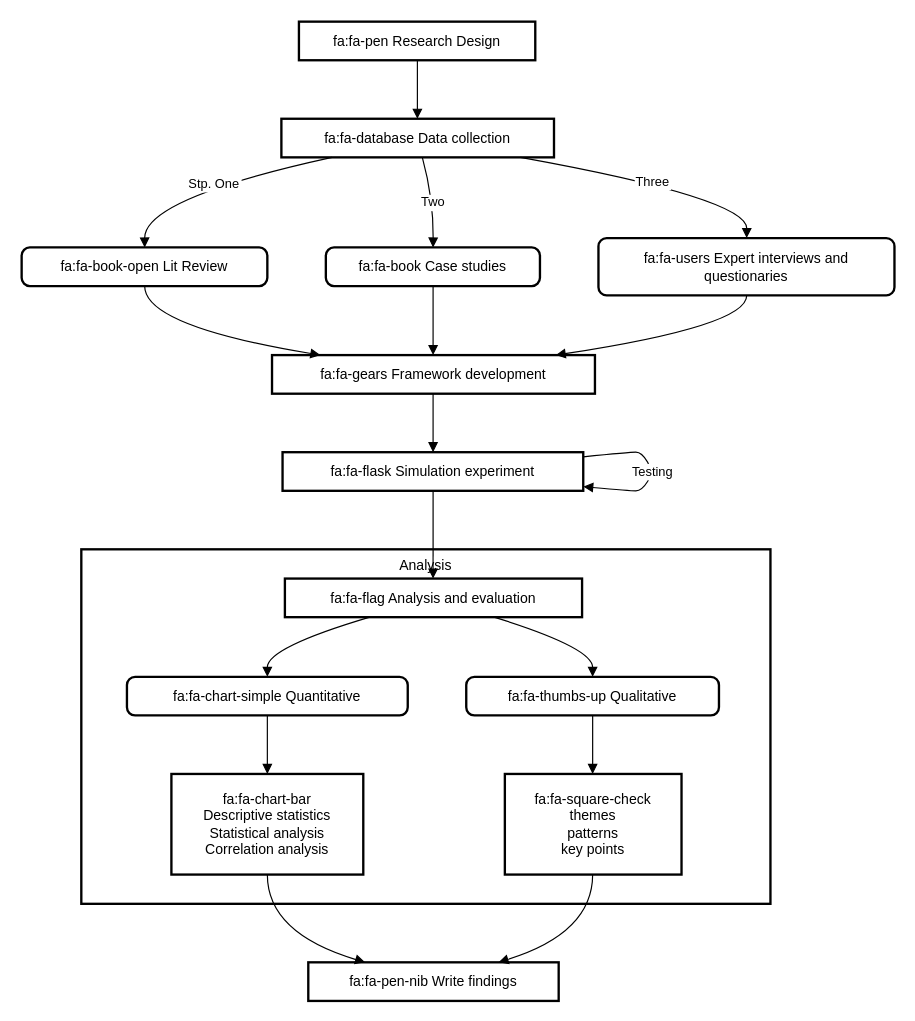
Before: drawio/mams/dd-twins/Methodology.drawio in scrodrig/Diagrams, a draw.io diagram. Source tidied: cells renumbered, new cells numbered last; positions are measured from the earlier drawing's top-left corner, leaving out a move shared by most shapes. Both pictures are drawn from the tidied source at 117%, with x=0, y=0 at pixel (21, 21).
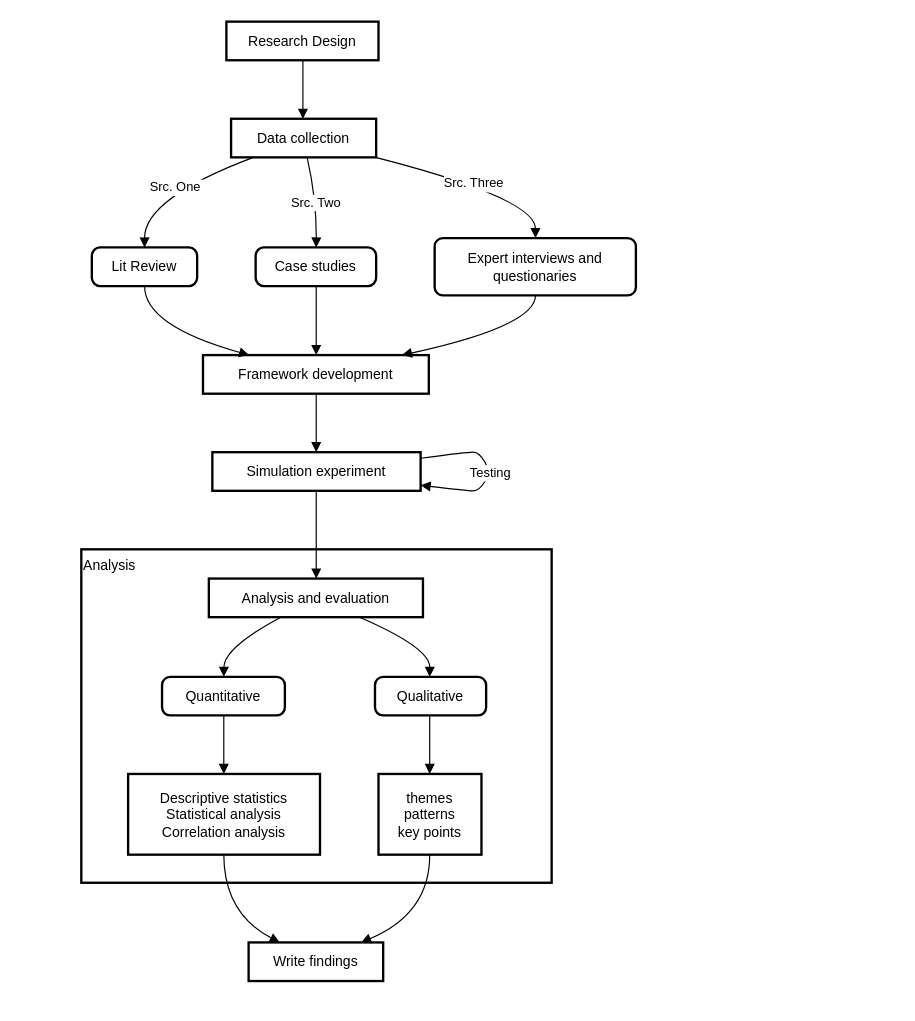
After the change.

Change to the diagram source:
```diff
@@
-    <mxCell id="2" value="Analysis" style="whiteSpace=wrap;strokeWidth=2;verticalAlign=top;" parent="1" vertex="1">
-      <mxGeometry x="51" y="451" width="589" height="303" as="geometry" />
+    <mxCell id="2" value="Analysis" style="whiteSpace=wrap;strokeWidth=2;verticalAlign=top;align=left;" parent="1" vertex="1">
+      <mxGeometry x="51" y="451" width="402" height="285" as="geometry" />
     </mxCell>
-    <mxCell id="3" value="fa:fa-thumbs-up Qualitative" style="rounded=1;absoluteArcSize=1;arcSize=14;whiteSpace=wrap;strokeWidth=2;" parent="1" vertex="1">
-      <mxGeometry x="380" y="560" width="216" height="33" as="geometry" />
-    </mxCell>
-    <mxCell id="4" value="fa:fa-flag Analysis and evaluation" style="whiteSpace=wrap;strokeWidth=2;" parent="1" vertex="1">
-      <mxGeometry x="225" y="476" width="254" height="33" as="geometry" />
-    </mxCell>
-    <mxCell id="5" value="fa:fa-chart-simple Quantitative" style="rounded=1;absoluteArcSize=1;arcSize=14;whiteSpace=wrap;strokeWidth=2;" parent="1" vertex="1">
-      <mxGeometry x="90" y="560" width="240" height="33" as="geometry" />
-    </mxCell>
-    <mxCell id="6" value="fa:fa-chart-bar &#10;            Descriptive statistics&#10;            Statistical analysis&#10;            Correlation analysis" style="whiteSpace=wrap;strokeWidth=2;" parent="1" vertex="1">
-      <mxGeometry x="128" y="643" width="164" height="86" as="geometry" />
-    </mxCell>
-    <mxCell id="7" value="fa:fa-square-check&#10;            themes&#10;            patterns&#10;            key points" style="whiteSpace=wrap;strokeWidth=2;" parent="1" vertex="1">
-      <mxGeometry x="413" y="643" width="151" height="86" as="geometry" />
-    </mxCell>
-    <mxCell id="8" value="fa:fa-pen Research Design" style="whiteSpace=wrap;strokeWidth=2;" parent="1" vertex="1">
-      <mxGeometry x="237" width="202" height="33" as="geometry" />
-    </mxCell>
-    <mxCell id="9" value="fa:fa-database Data collection" style="whiteSpace=wrap;strokeWidth=2;" parent="1" vertex="1">
-      <mxGeometry x="222" y="83" width="233" height="33" as="geometry" />
-    </mxCell>
-    <mxCell id="10" value="fa:fa-book-open Lit Review" style="rounded=1;absoluteArcSize=1;arcSize=14;whiteSpace=wrap;strokeWidth=2;" parent="1" vertex="1">
-      <mxGeometry y="193" width="210" height="33" as="geometry" />
-    </mxCell>
-    <mxCell id="11" value="fa:fa-book Case studies" style="rounded=1;absoluteArcSize=1;arcSize=14;whiteSpace=wrap;strokeWidth=2;" parent="1" vertex="1">
-      <mxGeometry x="260" y="193" width="183" height="33" as="geometry" />
-    </mxCell>
-    <mxCell id="12" value="fa:fa-users Expert interviews and &#10; questionaries" style="rounded=1;absoluteArcSize=1;arcSize=14;whiteSpace=wrap;strokeWidth=2;" parent="1" vertex="1">
-      <mxGeometry x="493" y="185" width="253" height="49" as="geometry" />
-    </mxCell>
-    <mxCell id="13" value="fa:fa-gears Framework development" style="whiteSpace=wrap;strokeWidth=2;" parent="1" vertex="1">
-      <mxGeometry x="214" y="285" width="276" height="33" as="geometry" />
-    </mxCell>
-    <mxCell id="14" value="fa:fa-flask Simulation experiment" style="whiteSpace=wrap;strokeWidth=2;" parent="1" vertex="1">
-      <mxGeometry x="223" y="368" width="257" height="33" as="geometry" />
-    </mxCell>
-    <mxCell id="15" value="fa:fa-pen-nib Write findings" style="whiteSpace=wrap;strokeWidth=2;" parent="1" vertex="1">
-      <mxGeometry x="245" y="804" width="214" height="33" as="geometry" />
-    </mxCell>
-    <mxCell id="16" style="curved=1;startArrow=none;endArrow=block;exitX=0.5012028429767873;exitY=1.0121212583599668;entryX=0.4988968853275152;entryY=0.012121258359966856;rounded=0;" parent="1" edge="1" source="8" target="9">
-      <mxGeometry relative="1" as="geometry" />
-    </mxCell>
-    <mxCell id="17" value="Stp. One" style="curved=1;startArrow=none;endArrow=block;exitX=0.1707101572947131;exitY=1.0242425167199336;entryX=0.5008445013137091;entryY=0.0060606869784268465;rounded=0;" parent="1" edge="1" source="9" target="10">
-      <mxGeometry relative="1" as="geometry">
-        <Array as="points">
-          <mxPoint x="105" y="151" />
-        </Array>
-      </mxGeometry>
-    </mxCell>
-    <mxCell id="18" value="Two" style="curved=1;startArrow=none;endArrow=block;exitX=0.5177911296942939;exitY=1.0242425167199336;entryX=0.5008794649051187;entryY=0.0060606869784268465;rounded=0;" parent="1" edge="1" source="9" target="11">
-      <mxGeometry relative="1" as="geometry">
-        <Array as="points">
-          <mxPoint x="352" y="151" />
-        </Array>
-      </mxGeometry>
-    </mxCell>
-    <mxCell id="19" value="Three" style="curved=1;startArrow=none;endArrow=block;exitX=0.8952140011979755;exitY=1.0242425167199336;entryX=0.5007596524807776;entryY=0.004081687148736447;rounded=0;" parent="1" edge="1" source="9" target="12">
-      <mxGeometry relative="1" as="geometry">
-        <Array as="points">
-          <mxPoint x="620" y="151" />
-        </Array>
-      </mxGeometry>
-    </mxCell>
-    <mxCell id="20" style="curved=1;startArrow=none;endArrow=block;exitX=0.5008445013137091;exitY=1.0181819453383938;entryX=0.14112059094524848;entryY=-0.0121210849646366;rounded=0;" parent="1" edge="1" source="10" target="13">
-      <mxGeometry relative="1" as="geometry">
-        <Array as="points">
-          <mxPoint x="105" y="260" />
-        </Array>
-      </mxGeometry>
-    </mxCell>
-    <mxCell id="21" style="curved=1;startArrow=none;endArrow=block;exitX=0.5008794649051187;exitY=1.0181819453383938;entryX=0.4987715292667997;entryY=-0.0121210849646366;rounded=0;" parent="1" edge="1" source="11" target="13">
-      <mxGeometry relative="1" as="geometry" />
-    </mxCell>
-    <mxCell id="22" style="curved=1;startArrow=none;endArrow=block;exitX=0.5007596524807776;exitY=1.0122449835952447;entryX=0.8876883955647953;entryY=-0.0121210849646366;rounded=0;" parent="1" edge="1" source="12" target="13">
-      <mxGeometry relative="1" as="geometry">
-        <Array as="points">
-          <mxPoint x="620" y="260" />
-        </Array>
-      </mxGeometry>
-    </mxCell>
-    <mxCell id="23" style="curved=1;startArrow=none;endArrow=block;exitX=0.4987715292667997;exitY=1.0000001733953303;entryX=0.5006262337651234;entryY=1.7339533025568182e-7;rounded=0;" parent="1" edge="1" source="13" target="14">
-      <mxGeometry relative="1" as="geometry" />
-    </mxCell>
+    <mxCell id="32" value="Qualitative" style="rounded=1;absoluteArcSize=1;arcSize=14;whiteSpace=wrap;strokeWidth=2;" parent="1" vertex="1">
+      <mxGeometry x="302" y="560" width="95" height="33" as="geometry" />
+    </mxCell>
+    <mxCell id="33" value="Analysis and evaluation" style="whiteSpace=wrap;strokeWidth=2;" parent="1" vertex="1">
+      <mxGeometry x="160" y="476" width="183" height="33" as="geometry" />
+    </mxCell>
+    <mxCell id="34" value="Quantitative" style="rounded=1;absoluteArcSize=1;arcSize=14;whiteSpace=wrap;strokeWidth=2;" parent="1" vertex="1">
+      <mxGeometry x="120" y="560" width="105" height="33" as="geometry" />
+    </mxCell>
+    <mxCell id="35" value="Descriptive statistics&#10;            Statistical analysis&#10;            Correlation analysis" style="whiteSpace=wrap;strokeWidth=2;" parent="1" vertex="1">
+      <mxGeometry x="91" y="643" width="164" height="69" as="geometry" />
+    </mxCell>
+    <mxCell id="36" value="themes&#10;            patterns&#10;            key points" style="whiteSpace=wrap;strokeWidth=2;" parent="1" vertex="1">
+      <mxGeometry x="305" y="643" width="88" height="69" as="geometry" />
+    </mxCell>
+    <mxCell id="37" value="Research Design" style="whiteSpace=wrap;strokeWidth=2;" parent="1" vertex="1">
+      <mxGeometry x="175" width="130" height="33" as="geometry" />
+    </mxCell>
+    <mxCell id="38" value="Data collection" style="whiteSpace=wrap;strokeWidth=2;" parent="1" vertex="1">
+      <mxGeometry x="179" y="83" width="124" height="33" as="geometry" />
+    </mxCell>
+    <mxCell id="39" value="Lit Review" style="rounded=1;absoluteArcSize=1;arcSize=14;whiteSpace=wrap;strokeWidth=2;" parent="1" vertex="1">
+      <mxGeometry x="60" y="193" width="90" height="33" as="geometry" />
+    </mxCell>
+    <mxCell id="40" value="Case studies" style="rounded=1;absoluteArcSize=1;arcSize=14;whiteSpace=wrap;strokeWidth=2;" parent="1" vertex="1">
+      <mxGeometry x="200" y="193" width="103" height="33" as="geometry" />
+    </mxCell>
+    <mxCell id="41" value="Expert interviews and &#10; questionaries" style="rounded=1;absoluteArcSize=1;arcSize=14;whiteSpace=wrap;strokeWidth=2;" parent="1" vertex="1">
+      <mxGeometry x="353" y="185" width="172" height="49" as="geometry" />
+    </mxCell>
+    <mxCell id="42" value="Framework development" style="whiteSpace=wrap;strokeWidth=2;" parent="1" vertex="1">
+      <mxGeometry x="155" y="285" width="193" height="33" as="geometry" />
+    </mxCell>
+    <mxCell id="43" value="Simulation experiment" style="whiteSpace=wrap;strokeWidth=2;" parent="1" vertex="1">
+      <mxGeometry x="163" y="368" width="178" height="33" as="geometry" />
+    </mxCell>
+    <mxCell id="44" value="Write findings" style="whiteSpace=wrap;strokeWidth=2;" parent="1" vertex="1">
+      <mxGeometry x="194" y="787" width="115" height="33" as="geometry" />
+    </mxCell>
+    <mxCell id="45" style="curved=1;startArrow=none;endArrow=block;exitX=0.5031611075768104;exitY=1.0121212583599668;entryX=0.4952495482660109;entryY=0.012121258359966856;rounded=0;" parent="1" edge="1" source="37" target="38">
+      <mxGeometry relative="1" as="geometry" />
+    </mxCell>
+    <mxCell id="46" value="Src. One" style="curved=1;startArrow=none;endArrow=block;exitX=0.13718189802400865;exitY=1.0242425167199336;entryX=0.5009202003479004;entryY=0.0060606869784268465;rounded=0;" parent="1" edge="1" source="38" target="39">
+      <mxGeometry relative="1" as="geometry">
+        <Array as="points">
+          <mxPoint x="105" y="151" />
+        </Array>
+      </mxGeometry>
+    </mxCell>
+    <mxCell id="47" value="Src. Two" style="curved=1;startArrow=none;endArrow=block;exitX=0.525330374220626;exitY=1.0242425167199336;entryX=0.5027154811377664;entryY=0.0060606869784268465;rounded=0;" parent="1" edge="1" source="38" target="40">
+      <mxGeometry relative="1" as="geometry">
+        <Array as="points">
+          <mxPoint x="252" y="151" />
+        </Array>
+      </mxGeometry>
+    </mxCell>
+    <mxCell id="48" value="Src. Three" style="curved=1;startArrow=none;endArrow=block;exitX=0.9937374514918174;exitY=0.9977799524620266;entryX=0.5011901023776032;entryY=0.004081687148736447;rounded=0;" parent="1" edge="1" source="38" target="41">
+      <mxGeometry relative="1" as="geometry">
+        <Array as="points">
+          <mxPoint x="439" y="151" />
+        </Array>
+      </mxGeometry>
+    </mxCell>
+    <mxCell id="49" style="curved=1;startArrow=none;endArrow=block;exitX=0.5009202003479004;exitY=1.0181819453383938;entryX=0.1970496586714656;entryY=-0.0121210849646366;rounded=0;" parent="1" edge="1" source="39" target="42">
+      <mxGeometry relative="1" as="geometry">
+        <Array as="points">
+          <mxPoint x="105" y="260" />
+        </Array>
+      </mxGeometry>
+    </mxCell>
+    <mxCell id="50" style="curved=1;startArrow=none;endArrow=block;exitX=0.5027154811377664;exitY=1.0181819453383938;entryX=0.5014491945968391;entryY=-0.0121210849646366;rounded=0;" parent="1" edge="1" source="40" target="42">
+      <mxGeometry relative="1" as="geometry" />
+    </mxCell>
+    <mxCell id="51" style="curved=1;startArrow=none;endArrow=block;exitX=0.5011901023776032;exitY=1.0122449835952447;entryX=0.8903605695415003;entryY=-0.0121210849646366;rounded=0;" parent="1" edge="1" source="41" target="42">
+      <mxGeometry relative="1" as="geometry">
+        <Array as="points">
+          <mxPoint x="439" y="260" />
+        </Array>
+      </mxGeometry>
+    </mxCell>
+    <mxCell id="52" style="curved=1;startArrow=none;endArrow=block;exitX=0.5014491945968391;exitY=1.0000001733953303;entryX=0.4987623289729772;entryY=1.7339533025568182e-7;rounded=0;" parent="1" edge="1" source="42" target="43">
+      <mxGeometry relative="1" as="geometry" />
+    </mxCell>
-    <mxCell id="24" value="Testing" style="curved=1;startArrow=none;endArrow=block;exitX=0.9997932938750153;exitY=0.12103917420115591;entryX=0.9997932938750153;entryY=0.8910824309494715;rounded=0;" parent="1" edge="1" source="14" target="14">
+    <mxCell id="24" value="Testing" style="curved=1;startArrow=none;endArrow=block;exitX=0.9981303322181273;exitY=0.15794421554234492;entryX=0.9981303322181273;entryY=0.8541773896082825;rounded=0;" parent="1" edge="1" source="43" target="43">
       <mxGeometry relative="1" as="geometry">
         <Array as="points">
-          <mxPoint x="520" y="368" />
-          <mxPoint x="530" y="368" />
-          <mxPoint x="540" y="385" />
-          <mxPoint x="530" y="401" />
-          <mxPoint x="520" y="401" />
+          <mxPoint x="381" y="368" />
+          <mxPoint x="391" y="368" />
+          <mxPoint x="401" y="385" />
+          <mxPoint x="391" y="401" />
+          <mxPoint x="381" y="401" />
         </Array>
       </mxGeometry>
     </mxCell>
-    <mxCell id="25" style="curved=1;startArrow=none;endArrow=block;exitX=0.5006262337651234;exitY=1.0121214317552971;entryX=0.49866512628990833;entryY=0.012121431755297112;rounded=0;" parent="1" edge="1" source="14" target="4">
-      <mxGeometry relative="1" as="geometry" />
-    </mxCell>
-    <mxCell id="26" style="curved=1;startArrow=none;endArrow=block;exitX=0.7136864237373658;exitY=1.024242690115264;entryX=0.5001664029227363;entryY=-0.0060603401877663355;rounded=0;" parent="1" edge="1" source="4" target="3">
-      <mxGeometry relative="1" as="geometry">
-        <Array as="points">
-          <mxPoint x="488" y="535" />
-        </Array>
-      </mxGeometry>
-    </mxCell>
-    <mxCell id="27" style="curved=1;startArrow=none;endArrow=block;exitX=0.2753058392273259;exitY=1.024242690115264;entryX=0.49999024470647174;entryY=-0.0060603401877663355;rounded=0;" parent="1" edge="1" source="4" target="5">
-      <mxGeometry relative="1" as="geometry">
-        <Array as="points">
-          <mxPoint x="210" y="535" />
-        </Array>
-      </mxGeometry>
-    </mxCell>
-    <mxCell id="28" style="curved=1;startArrow=none;endArrow=block;exitX=0.49999024470647174;exitY=1.0060609181722004;entryX=0.4999857239606904;entryY=0.0023257011591002;rounded=0;" parent="1" edge="1" source="5" target="6">
-      <mxGeometry relative="1" as="geometry" />
-    </mxCell>
-    <mxCell id="29" style="curved=1;startArrow=none;endArrow=block;exitX=0.5001664029227363;exitY=1.0060609181722004;entryX=0.49692677504179494;entryY=0.0023257011591002;rounded=0;" parent="1" edge="1" source="3" target="7">
-      <mxGeometry relative="1" as="geometry" />
-    </mxCell>
-    <mxCell id="30" style="curved=1;startArrow=none;endArrow=block;exitX=0.4999857239606904;exitY=1.004651247068893;entryX=0.2333069306716858;entryY=0.012121431755297112;rounded=0;" parent="1" edge="1" source="6" target="15">
-      <mxGeometry relative="1" as="geometry">
-        <Array as="points">
-          <mxPoint x="210" y="779" />
-        </Array>
-      </mxGeometry>
-    </mxCell>
-    <mxCell id="31" style="curved=1;startArrow=none;endArrow=block;exitX=0.49692677504179494;exitY=1.004651247068893;entryX=0.7536278113518267;entryY=0.012121431755297112;rounded=0;" parent="1" edge="1" source="7" target="15">
-      <mxGeometry relative="1" as="geometry">
-        <Array as="points">
-          <mxPoint x="488" y="779" />
-        </Array>
-      </mxGeometry>
-    </mxCell>
+    <mxCell id="53" style="curved=1;startArrow=none;endArrow=block;exitX=0.4987623289729772;exitY=1.0121214317552971;entryX=0.501528385558415;entryY=0.012121431755297112;rounded=0;" parent="1" edge="1" source="43" target="33">
+      <mxGeometry relative="1" as="geometry" />
+    </mxCell>
+    <mxCell id="54" style="curved=1;startArrow=none;endArrow=block;exitX=0.713780544307842;exitY=1.024242690115264;entryX=0.4923027440121299;entryY=-0.0060603401877663355;rounded=0;" parent="1" edge="1" source="33" target="32">
+      <mxGeometry relative="1" as="geometry">
+        <Array as="points">
+          <mxPoint x="349" y="535" />
+        </Array>
+      </mxGeometry>
+    </mxCell>
+    <mxCell id="55" style="curved=1;startArrow=none;endArrow=block;exitX=0.32864715001788525;exitY=1.024242690115264;entryX=0.5026786077590216;entryY=-0.0060603401877663355;rounded=0;" parent="1" edge="1" source="33" target="34">
+      <mxGeometry relative="1" as="geometry">
+        <Array as="points">
+          <mxPoint x="173" y="535" />
+        </Array>
+      </mxGeometry>
+    </mxCell>
+    <mxCell id="56" style="curved=1;startArrow=none;endArrow=block;exitX=0.5026786077590216;exitY=1.0060609181722004;entryX=0.49866618179693456;entryY=0.002898699995400249;rounded=0;" parent="1" edge="1" source="34" target="35">
+      <mxGeometry relative="1" as="geometry" />
+    </mxCell>
+    <mxCell id="57" style="curved=1;startArrow=none;endArrow=block;exitX=0.4923027440121299;exitY=1.0060609181722004;entryX=0.49737228046764026;entryY=0.002898699995400249;rounded=0;" parent="1" edge="1" source="32" target="36">
+      <mxGeometry relative="1" as="geometry" />
+    </mxCell>
+    <mxCell id="58" style="curved=1;startArrow=none;endArrow=block;exitX=0.49866618179693456;exitY=0.9971015764319379;entryX=0.22732546481106955;entryY=-0.0060603401877663355;rounded=0;" parent="1" edge="1" source="35" target="44">
+      <mxGeometry relative="1" as="geometry">
+        <Array as="points">
+          <mxPoint x="173" y="762" />
+        </Array>
+      </mxGeometry>
+    </mxCell>
+    <mxCell id="59" style="curved=1;startArrow=none;endArrow=block;exitX=0.49737228046764026;exitY=0.9971015764319379;entryX=0.8401899096376964;entryY=-0.0060603401877663355;rounded=0;" parent="1" edge="1" source="36" target="44">
+      <mxGeometry relative="1" as="geometry">
+        <Array as="points">
+          <mxPoint x="349" y="762" />
+        </Array>
+      </mxGeometry>
+    </mxCell>
```
